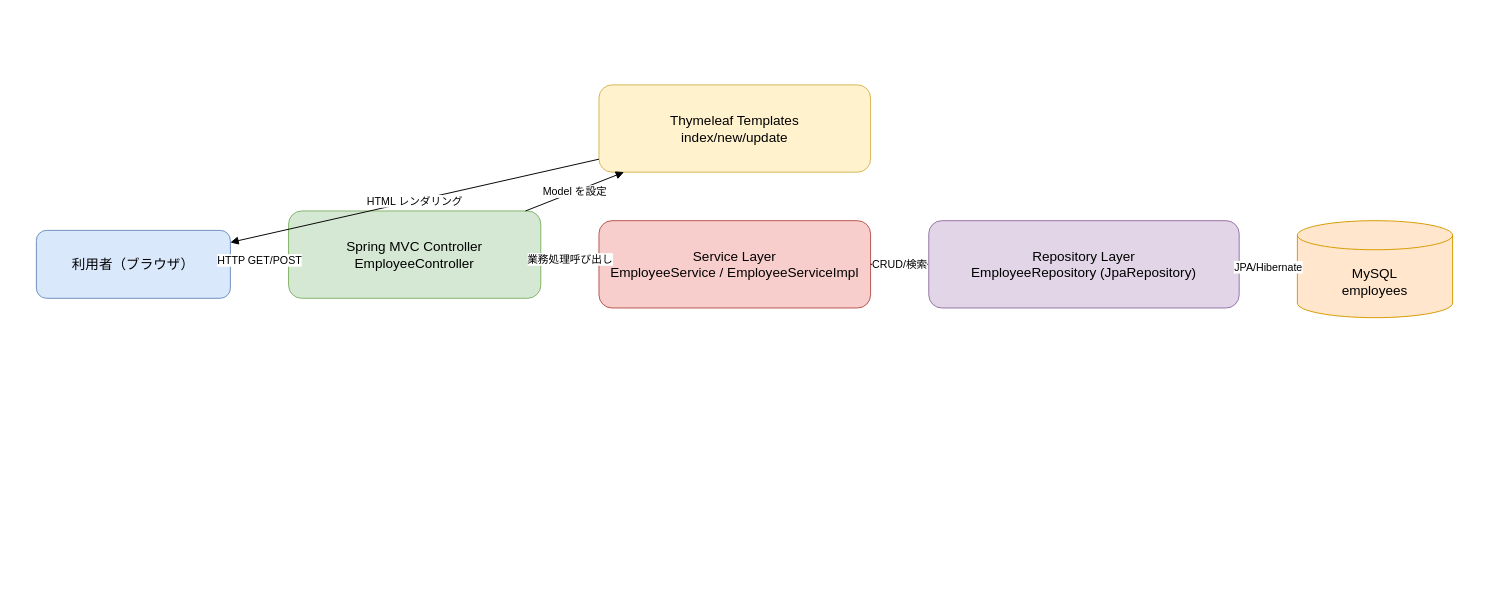
Before: docs/基本設計/システム全体構成図.drawio in kota-done/NoExperiencePJ, a draw.io diagram. Source tidied: cells renumbered, new cells numbered last; positions are measured from the earlier drawing's top-left corner, leaving out a move shared by most shapes. Both pictures are drawn from the tidied source at 97%, with x=0, y=0 at pixel (36, 84).
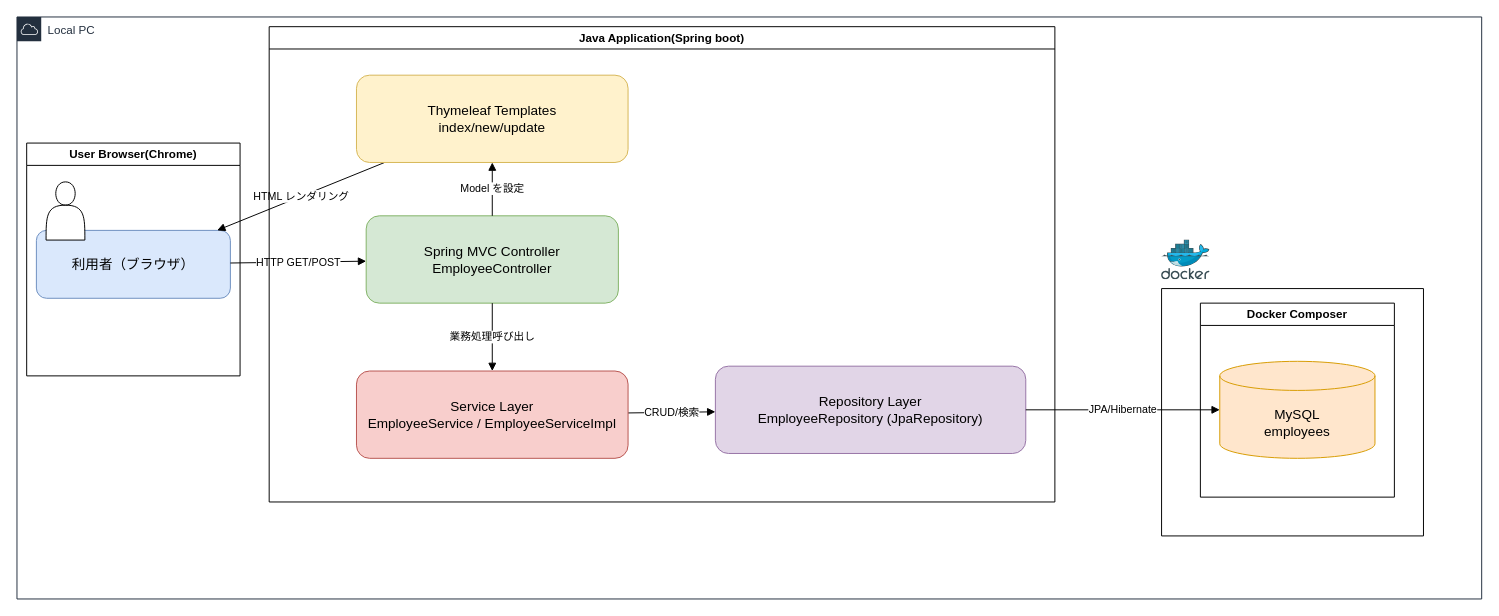
Above is the later version.

Commit message (it also covers changes not shown here):
構成図修正に合わせて基本設計と非機能要件の記述を更新

The edit, as a diff of the source:
```diff
@@
-    <mxCell id="3" value="Spring MVC Controller&#10;EmployeeController" style="rounded=1;whiteSpace=wrap;html=1;fillColor=#d5e8d4;strokeColor=#82b366;fontSize=14;" parent="1" vertex="1">
-      <mxGeometry x="260" y="130" width="260" height="90" as="geometry" />
-    </mxCell>
-    <mxCell id="4" value="Thymeleaf Templates&#10;index/new/update" style="rounded=1;whiteSpace=wrap;html=1;fillColor=#fff2cc;strokeColor=#d6b656;fontSize=14;" parent="1" vertex="1">
-      <mxGeometry x="580" width="280" height="90" as="geometry" />
-    </mxCell>
-    <mxCell id="5" value="Service Layer&#10;EmployeeService / EmployeeServiceImpl" style="rounded=1;whiteSpace=wrap;html=1;fillColor=#f8cecc;strokeColor=#b85450;fontSize=14;" parent="1" vertex="1">
-      <mxGeometry x="580" y="140" width="280" height="90" as="geometry" />
-    </mxCell>
     <mxCell id="6" value="Repository Layer&#10;EmployeeRepository (JpaRepository)" style="rounded=1;whiteSpace=wrap;html=1;fillColor=#e1d5e7;strokeColor=#9673a6;fontSize=14;" parent="1" vertex="1">
-      <mxGeometry x="920" y="140" width="320" height="90" as="geometry" />
+      <mxGeometry x="700" y="290" width="320" height="90" as="geometry" />
     </mxCell>
     <mxCell id="7" value="MySQL&#10;employees" style="shape=cylinder3;whiteSpace=wrap;html=1;boundedLbl=1;size=15;fillColor=#ffe6cc;strokeColor=#d79b00;fontSize=14;" parent="1" vertex="1">
-      <mxGeometry x="1300" y="140" width="160" height="100" as="geometry" />
+      <mxGeometry x="1220" y="285" width="160" height="100" as="geometry" />
     </mxCell>
@@
-    <mxCell id="9" value="Model を設定" style="endArrow=block;endFill=1;html=1;rounded=0;" parent="1" edge="1" source="3" target="4">
-      <mxGeometry relative="1" as="geometry" />
-    </mxCell>
@@
-    <mxCell id="11" value="業務処理呼び出し" style="endArrow=block;endFill=1;html=1;rounded=0;" parent="1" edge="1" source="3" target="5">
-      <mxGeometry relative="1" as="geometry" />
-    </mxCell>
@@
+    <mxCell id="14" style="shape=actor;whiteSpace=wrap;html=1;" parent="1" vertex="1">
+      <mxGeometry x="10" y="100" width="40" height="60" as="geometry" />
+    </mxCell>
+    <mxCell id="15" value="Docker Composer" style="swimlane;whiteSpace=wrap;html=1;" parent="1" vertex="1">
+      <mxGeometry x="1200" y="225" width="200" height="200" as="geometry" />
+    </mxCell>
+    <mxCell id="16" style="image;sketch=0;html=1;align=center;fontSize=12;image=img/lib/mscae/Docker.svg;" parent="1" vertex="1">
+      <mxGeometry x="1160" y="160" width="50" height="41" as="geometry" />
+    </mxCell>
+    <mxCell id="17" style="swimlane;startSize=0;" parent="1" vertex="1">
+      <mxGeometry x="1160" y="210" width="270" height="255" as="geometry" />
+    </mxCell>
+    <mxCell id="18" value="Local PC" style="gradientColor=none;html=1;whiteSpace=wrap;fontSize=12;fontStyle=0;shape=mxgraph.aws4.group;grIcon=mxgraph.aws4.group_aws_cloud;strokeColor=#232F3E;fillColor=none;verticalAlign=top;align=left;spacingLeft=30;fontColor=#232F3E;dashed=0;" parent="1" vertex="1">
+      <mxGeometry x="-20" y="-70" width="1510" height="600" as="geometry" />
+    </mxCell>
+    <mxCell id="3" value="Spring MVC Controller&#10;EmployeeController" style="rounded=1;whiteSpace=wrap;html=1;fillColor=#d5e8d4;strokeColor=#82b366;fontSize=14;" parent="18" vertex="1">
+      <mxGeometry x="360" y="205" width="260" height="90" as="geometry" />
+    </mxCell>
+    <mxCell id="5" value="Service Layer&#10;EmployeeService / EmployeeServiceImpl" style="rounded=1;whiteSpace=wrap;html=1;fillColor=#f8cecc;strokeColor=#b85450;fontSize=14;" parent="18" vertex="1">
+      <mxGeometry x="350" y="365" width="280" height="90" as="geometry" />
+    </mxCell>
+    <mxCell id="9" value="Model を設定" style="endArrow=block;endFill=1;html=1;rounded=0;" parent="18" edge="1" source="3" target="4">
+      <mxGeometry relative="1" as="geometry" />
+    </mxCell>
+    <mxCell id="11" value="業務処理呼び出し" style="endArrow=block;endFill=1;html=1;rounded=0;" parent="18" edge="1" source="3" target="5">
+      <mxGeometry relative="1" as="geometry" />
+    </mxCell>
+    <mxCell id="19" value="Java Application(Spring boot)" style="swimlane;whiteSpace=wrap;html=1;" parent="18" vertex="1">
+      <mxGeometry x="260" y="10" width="810" height="490" as="geometry" />
+    </mxCell>
+    <mxCell id="4" value="Thymeleaf Templates&#10;index/new/update" style="rounded=1;whiteSpace=wrap;html=1;fillColor=#fff2cc;strokeColor=#d6b656;fontSize=14;" parent="19" vertex="1">
+      <mxGeometry x="90" y="50" width="280" height="90" as="geometry" />
+    </mxCell>
+    <mxCell id="20" value="User Browser(Chrome)" style="swimlane;whiteSpace=wrap;html=1;" parent="1" vertex="1">
+      <mxGeometry x="-10" y="60" width="220" height="240" as="geometry" />
+    </mxCell>
```
